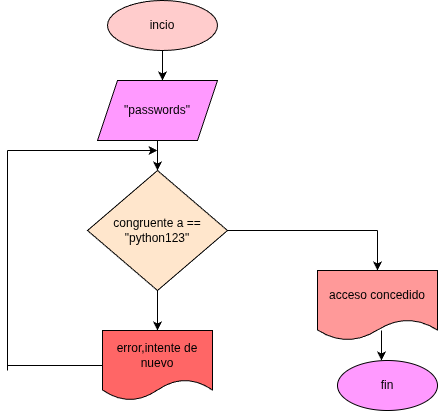
Above: ejercicio 1/diagrama.png in laminions/ejercicio_practica_while (draw.io), before the change. Source tidied: cells renumbered, new cells last; positions are measured from the earlier drawing's top-left corner, leaving out a move shared by most shapes. The source it was exported from:
```xml
<mxGraphModel>
  <root>
    <mxCell id="0" />
    <mxCell id="1" parent="0" />
    <mxCell id="2" value="incio" style="ellipse;whiteSpace=wrap;html=1;fillColor=#FFCCCC;" parent="1" vertex="1">
      <mxGeometry x="100" width="110" height="50" as="geometry" />
    </mxCell>
    <mxCell id="3" style="endArrow=classic;html=1;exitX=0.5;exitY=1;exitDx=0;exitDy=0;" parent="1" edge="1" source="2">
      <mxGeometry relative="1" as="geometry">
        <mxPoint x="155" y="80" as="targetPoint" />
      </mxGeometry>
    </mxCell>
    <mxCell id="4" value="&quot;passwords&quot;" style="shape=parallelogram;perimeter=parallelogramPerimeter;whiteSpace=wrap;html=1;fixedSize=1;fillColor=#FF99FF;" parent="1" vertex="1">
      <mxGeometry x="90" y="80" width="120" height="60" as="geometry" />
    </mxCell>
    <mxCell id="5" style="endArrow=classic;html=1;exitX=0.5;exitY=1;exitDx=0;exitDy=0;" parent="1" edge="1" source="4">
      <mxGeometry relative="1" as="geometry">
        <mxPoint x="150" y="170" as="targetPoint" />
        <Array as="points">
          <mxPoint x="150" y="150" />
        </Array>
      </mxGeometry>
    </mxCell>
    <mxCell id="6" value="congruente a ==&lt;div&gt;&quot;python123&quot;&lt;/div&gt;" style="rhombus;whiteSpace=wrap;html=1;fillColor=#FFE6CC;" parent="1" vertex="1">
      <mxGeometry x="80" y="170" width="140" height="120" as="geometry" />
    </mxCell>
    <mxCell id="7" style="endArrow=classic;html=1;exitX=0.5;exitY=1;exitDx=0;exitDy=0;" parent="1" edge="1" source="6">
      <mxGeometry relative="1" as="geometry">
        <mxPoint x="150" y="330" as="targetPoint" />
      </mxGeometry>
    </mxCell>
    <mxCell id="8" value="error,intente de&lt;div&gt;nuevo&lt;/div&gt;" style="shape=document;whiteSpace=wrap;html=1;boundedLbl=1;fillColor=#FF6666;" parent="1" vertex="1">
      <mxGeometry x="95" y="330" width="110" height="70" as="geometry" />
    </mxCell>
    <mxCell id="9" style="endArrow=none;html=1;entryX=0;entryY=0.5;entryDx=0;entryDy=0;" parent="1" edge="1" target="8">
      <mxGeometry relative="1" as="geometry">
        <mxPoint y="365" as="sourcePoint" />
      </mxGeometry>
    </mxCell>
    <mxCell id="10" style="endArrow=none;html=1;" parent="1" edge="1">
      <mxGeometry relative="1" as="geometry">
        <mxPoint y="370" as="sourcePoint" />
        <mxPoint y="150" as="targetPoint" />
      </mxGeometry>
    </mxCell>
    <mxCell id="11" style="endArrow=classic;html=1;" parent="1" edge="1">
      <mxGeometry relative="1" as="geometry">
        <mxPoint y="150" as="sourcePoint" />
        <mxPoint x="150" y="150" as="targetPoint" />
      </mxGeometry>
    </mxCell>
    <mxCell id="12" style="endArrow=none;html=1;exitX=1;exitY=0.5;exitDx=0;exitDy=0;" parent="1" edge="1" source="6">
      <mxGeometry relative="1" as="geometry">
        <mxPoint x="370" y="230" as="targetPoint" />
      </mxGeometry>
    </mxCell>
    <mxCell id="13" style="endArrow=classic;html=1;" parent="1" edge="1">
      <mxGeometry relative="1" as="geometry">
        <mxPoint x="370" y="230" as="sourcePoint" />
        <mxPoint x="370" y="270" as="targetPoint" />
      </mxGeometry>
    </mxCell>
    <mxCell id="14" value="acceso concedido" style="shape=document;whiteSpace=wrap;html=1;boundedLbl=1;fillColor=#FF9999;" parent="1" vertex="1">
      <mxGeometry x="310" y="270" width="120" height="70" as="geometry" />
    </mxCell>
    <mxCell id="15" style="endArrow=classic;html=1;exitX=0.533;exitY=0.857;exitDx=0;exitDy=0;exitPerimeter=0;" parent="1" edge="1" source="14">
      <mxGeometry relative="1" as="geometry">
        <mxPoint x="374" y="360" as="targetPoint" />
      </mxGeometry>
    </mxCell>
    <mxCell id="16" value="fin" style="ellipse;whiteSpace=wrap;html=1;fillColor=#FF99FF;" parent="1" vertex="1">
      <mxGeometry x="330" y="360" width="100" height="50" as="geometry" />
    </mxCell>
  </root>
</mxGraphModel>
```
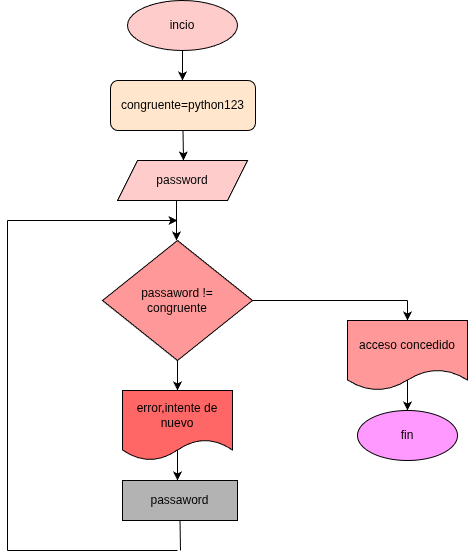
After the commit.

Diff of the diagram source:
```diff
@@ -10,66 +10,86 @@
         <mxPoint x="155" y="80" as="targetPoint" />
       </mxGeometry>
     </mxCell>
-    <mxCell id="4" value="&quot;passwords&quot;" style="shape=parallelogram;perimeter=parallelogramPerimeter;whiteSpace=wrap;html=1;fixedSize=1;fillColor=#FF99FF;" parent="1" vertex="1">
-      <mxGeometry x="90" y="80" width="120" height="60" as="geometry" />
-    </mxCell>
-    <mxCell id="5" style="endArrow=classic;html=1;exitX=0.5;exitY=1;exitDx=0;exitDy=0;" parent="1" edge="1" source="4">
-      <mxGeometry relative="1" as="geometry">
-        <mxPoint x="150" y="170" as="targetPoint" />
-        <Array as="points">
-          <mxPoint x="150" y="150" />
-        </Array>
-      </mxGeometry>
-    </mxCell>
-    <mxCell id="6" value="congruente a ==&lt;div&gt;&quot;python123&quot;&lt;/div&gt;" style="rhombus;whiteSpace=wrap;html=1;fillColor=#FFE6CC;" parent="1" vertex="1">
-      <mxGeometry x="80" y="170" width="140" height="120" as="geometry" />
-    </mxCell>
-    <mxCell id="7" style="endArrow=classic;html=1;exitX=0.5;exitY=1;exitDx=0;exitDy=0;" parent="1" edge="1" source="6">
+    <mxCell id="7" style="endArrow=classic;html=1;exitX=0.5;exitY=1;exitDx=0;exitDy=0;" parent="1" edge="1">
       <mxGeometry relative="1" as="geometry">
-        <mxPoint x="150" y="330" as="targetPoint" />
+        <mxPoint x="150" y="360" as="sourcePoint" />
+        <mxPoint x="150" y="390" as="targetPoint" />
       </mxGeometry>
     </mxCell>
     <mxCell id="8" value="error,intente de&lt;div&gt;nuevo&lt;/div&gt;" style="shape=document;whiteSpace=wrap;html=1;boundedLbl=1;fillColor=#FF6666;" parent="1" vertex="1">
-      <mxGeometry x="95" y="330" width="110" height="70" as="geometry" />
+      <mxGeometry x="95" y="390" width="110" height="70" as="geometry" />
     </mxCell>
-    <mxCell id="9" style="endArrow=none;html=1;entryX=0;entryY=0.5;entryDx=0;entryDy=0;" parent="1" edge="1" target="8">
-      <mxGeometry relative="1" as="geometry">
-        <mxPoint y="365" as="sourcePoint" />
-      </mxGeometry>
-    </mxCell>
-    <mxCell id="10" style="endArrow=none;html=1;" parent="1" edge="1">
-      <mxGeometry relative="1" as="geometry">
-        <mxPoint y="370" as="sourcePoint" />
-        <mxPoint y="150" as="targetPoint" />
-      </mxGeometry>
-    </mxCell>
-    <mxCell id="11" style="endArrow=classic;html=1;" parent="1" edge="1">
-      <mxGeometry relative="1" as="geometry">
-        <mxPoint y="150" as="sourcePoint" />
-        <mxPoint x="150" y="150" as="targetPoint" />
-      </mxGeometry>
-    </mxCell>
-    <mxCell id="12" style="endArrow=none;html=1;exitX=1;exitY=0.5;exitDx=0;exitDy=0;" parent="1" edge="1" source="6">
+    <mxCell id="12" style="endArrow=none;html=1;exitX=1;exitY=0.5;exitDx=0;exitDy=0;" parent="1" edge="1">
       <mxGeometry relative="1" as="geometry">
-        <mxPoint x="370" y="230" as="targetPoint" />
+        <mxPoint x="220" y="300" as="sourcePoint" />
+        <mxPoint x="380" y="300" as="targetPoint" />
       </mxGeometry>
     </mxCell>
-    <mxCell id="13" style="endArrow=classic;html=1;" parent="1" edge="1">
+    <mxCell id="13" style="endArrow=classic;html=1;entryX=0.5;entryY=0;entryDx=0;entryDy=0;" parent="1" edge="1" target="14">
       <mxGeometry relative="1" as="geometry">
-        <mxPoint x="370" y="230" as="sourcePoint" />
-        <mxPoint x="370" y="270" as="targetPoint" />
+        <mxPoint x="380" y="300" as="sourcePoint" />
       </mxGeometry>
     </mxCell>
     <mxCell id="14" value="acceso concedido" style="shape=document;whiteSpace=wrap;html=1;boundedLbl=1;fillColor=#FF9999;" parent="1" vertex="1">
-      <mxGeometry x="310" y="270" width="120" height="70" as="geometry" />
+      <mxGeometry x="320" y="320" width="120" height="70" as="geometry" />
     </mxCell>
-    <mxCell id="15" style="endArrow=classic;html=1;exitX=0.533;exitY=0.857;exitDx=0;exitDy=0;exitPerimeter=0;" parent="1" edge="1" source="14">
+    <mxCell id="15" style="endArrow=classic;html=1;entryX=0.5;entryY=0;entryDx=0;entryDy=0;" parent="1" edge="1" target="16">
       <mxGeometry relative="1" as="geometry">
-        <mxPoint x="374" y="360" as="targetPoint" />
+        <mxPoint x="380" y="380" as="sourcePoint" />
       </mxGeometry>
     </mxCell>
     <mxCell id="16" value="fin" style="ellipse;whiteSpace=wrap;html=1;fillColor=#FF99FF;" parent="1" vertex="1">
-      <mxGeometry x="330" y="360" width="100" height="50" as="geometry" />
+      <mxGeometry x="330" y="410" width="100" height="50" as="geometry" />
     </mxCell>
+    <mxCell id="17" value="congruente=python123" style="rounded=1;whiteSpace=wrap;html=1;fillColor=#FFE6CC;" parent="1" vertex="1">
+      <mxGeometry x="83" y="80" width="145" height="50" as="geometry" />
+    </mxCell>
+    <mxCell id="18" style="endArrow=classic;html=1;exitX=0.5;exitY=1;exitDx=0;exitDy=0;exitPerimeter=0;" parent="1" edge="1" source="17">
+      <mxGeometry relative="1" as="geometry">
+        <mxPoint x="156" y="160" as="targetPoint" />
+      </mxGeometry>
+    </mxCell>
+    <mxCell id="19" value="password" style="shape=parallelogram;perimeter=parallelogramPerimeter;whiteSpace=wrap;html=1;fixedSize=1;fillColor=#FFCCCC;" parent="1" vertex="1">
+      <mxGeometry x="90" y="160" width="130" height="40" as="geometry" />
+    </mxCell>
+    <mxCell id="20" style="endArrow=classic;html=1;exitX=0.454;exitY=1;exitDx=0;exitDy=0;exitPerimeter=0;" parent="1" edge="1" source="19">
+      <mxGeometry relative="1" as="geometry">
+        <mxPoint x="149" y="240" as="targetPoint" />
+      </mxGeometry>
+    </mxCell>
+    <mxCell id="21" style="endArrow=classic;html=1;exitX=0.5;exitY=0.857;exitDx=0;exitDy=0;exitPerimeter=0;" parent="1" edge="1" source="8">
+      <mxGeometry relative="1" as="geometry">
+        <mxPoint x="150" y="480" as="targetPoint" />
+      </mxGeometry>
+    </mxCell>
+    <mxCell id="22" value="passaword" style="rounded=0;whiteSpace=wrap;html=1;fillColor=#B3B3B3;" parent="1" vertex="1">
+      <mxGeometry x="95" y="480" width="115" height="40" as="geometry" />
+    </mxCell>
+    <mxCell id="23" style="endArrow=none;html=1;entryX=0.5;entryY=1;entryDx=0;entryDy=0;" parent="1" edge="1" target="22">
+      <mxGeometry relative="1" as="geometry">
+        <mxPoint x="153" y="550" as="sourcePoint" />
+      </mxGeometry>
+    </mxCell>
+    <mxCell id="24" style="endArrow=none;html=1;" parent="1" edge="1">
+      <mxGeometry relative="1" as="geometry">
+        <mxPoint x="-20" y="550" as="sourcePoint" />
+        <mxPoint x="150" y="550" as="targetPoint" />
+      </mxGeometry>
+    </mxCell>
+    <mxCell id="25" style="endArrow=none;html=1;" parent="1" edge="1">
+      <mxGeometry relative="1" as="geometry">
+        <mxPoint x="-20" y="550" as="sourcePoint" />
+        <mxPoint x="-20" y="220" as="targetPoint" />
+      </mxGeometry>
+    </mxCell>
+    <mxCell id="26" style="endArrow=classic;html=1;" parent="1" edge="1">
+      <mxGeometry relative="1" as="geometry">
+        <mxPoint x="-20" y="220" as="sourcePoint" />
+        <mxPoint x="150" y="220" as="targetPoint" />
+      </mxGeometry>
+    </mxCell>
+    <mxCell id="27" value="passaword !=&lt;div&gt;congruente&lt;/div&gt;" style="rhombus;whiteSpace=wrap;html=1;fillColor=#FF9999;" parent="1" vertex="1">
+      <mxGeometry x="75" y="240" width="150" height="120" as="geometry" />
+    </mxCell>
   </root>
 </mxGraphModel>
```
